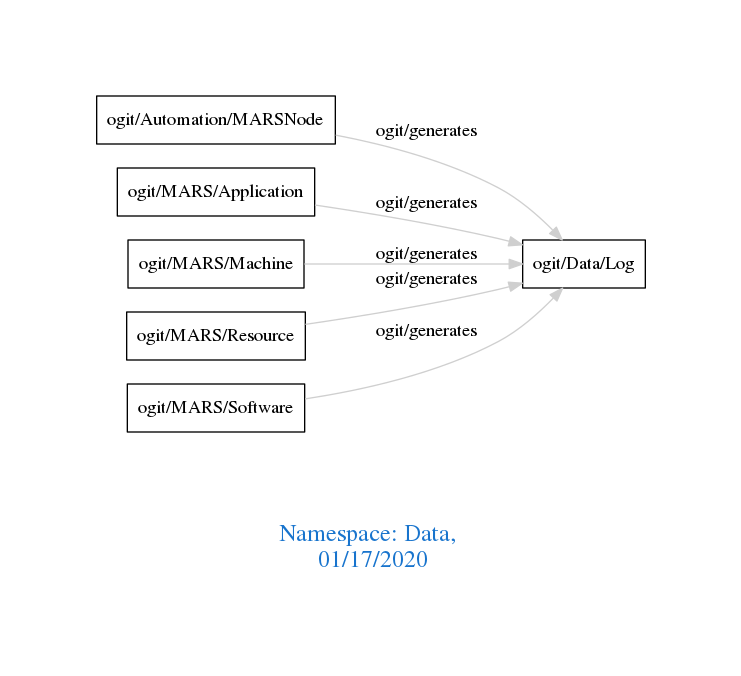
Before: downloads/Data.png, a diagram exported from Graphviz (arago/OGIT). Its source is kept beside it as downloads/Data.dot.
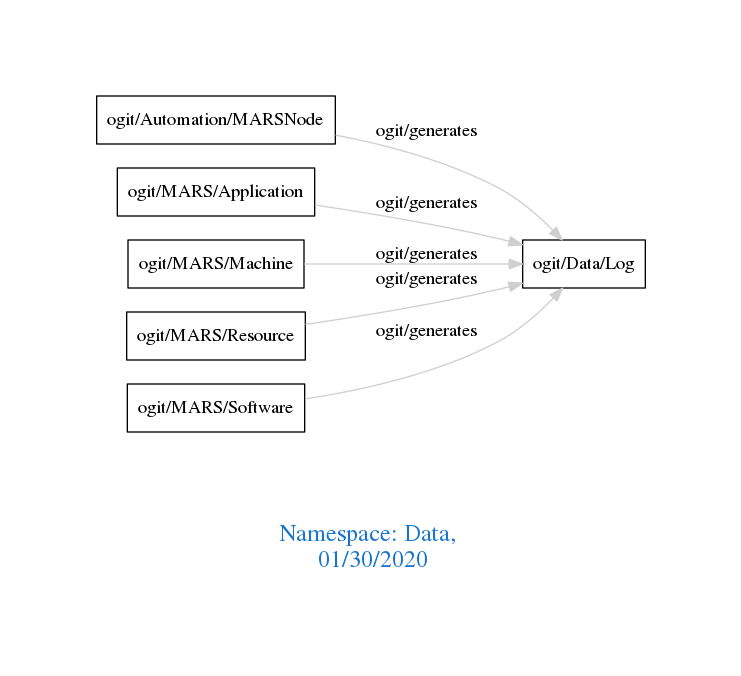
Above is the later version.

Change to the diagram source:
```diff
@@ -1,7 +1,7 @@
 digraph OGIT_ontology {
  graph [ rankdir= LR,pad=1
 fontsize = 18,
-fontcolor= dodgerblue3,label = "\n\n\nNamespace: Data, \n 01/17/2020"];
+fontcolor= dodgerblue3,label = "\n\n\nNamespace: Data, \n 01/30/2020"];
 node[shape=polygon];
 edge [  color="gray81"];
 
```
